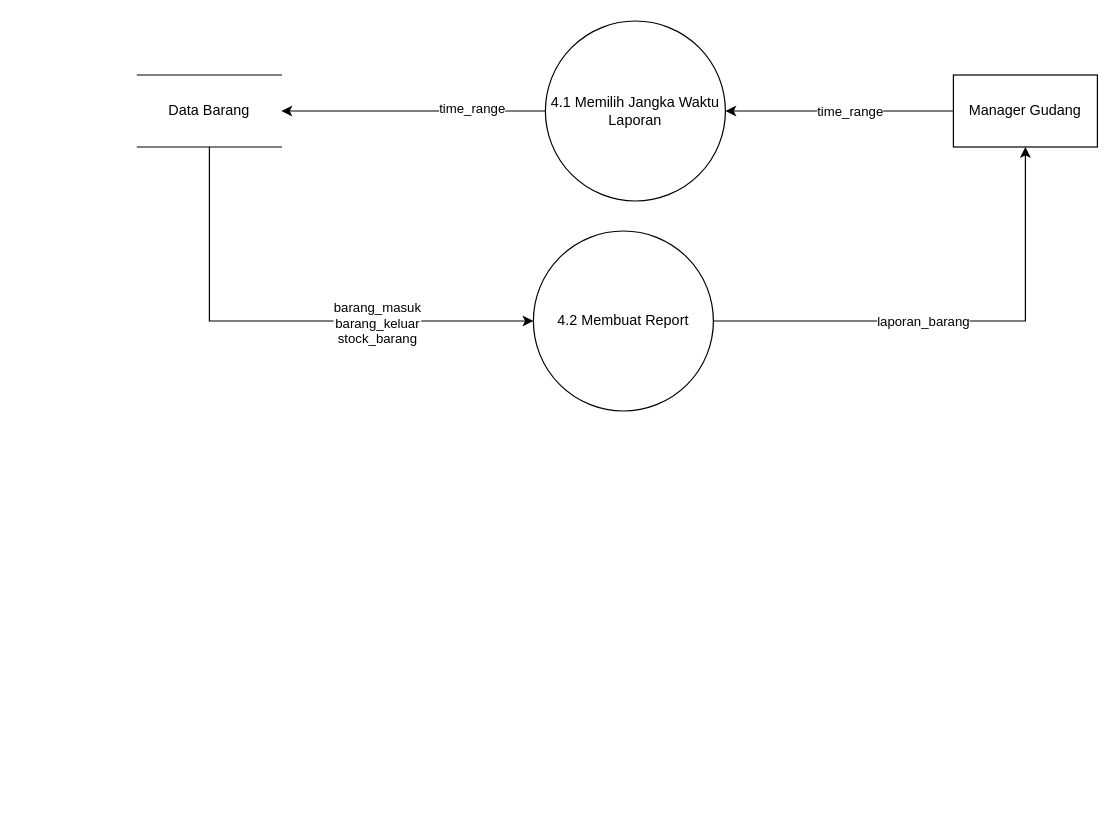
raflialkindhi/graph-save keeps this draw.io diagram as kkp-dfd1-4.drawio. Above is the earlier version. Source tidied: cells renumbered, new cells numbered last; positions are measured from the earlier drawing's top-left corner, leaving out a move shared by most shapes. Both pictures are drawn from the tidied source at 120%, with x=0, y=0 at pixel (137, 20).
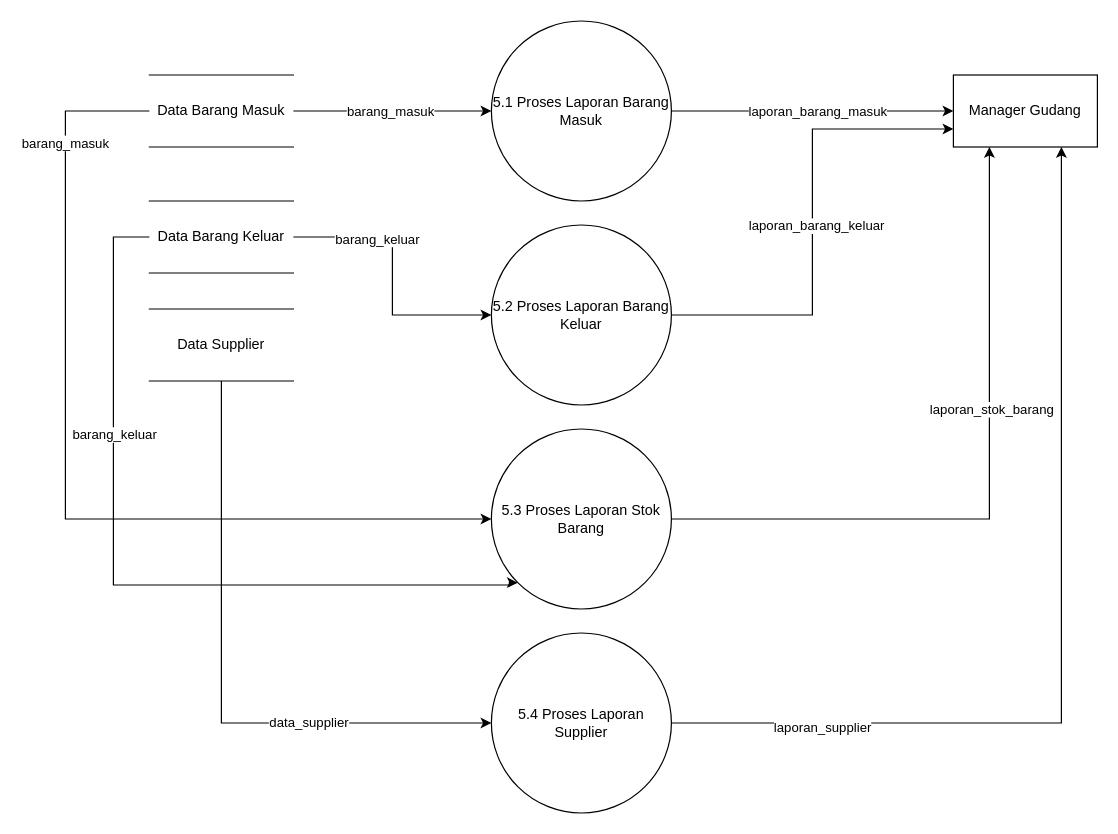
Above is the later version.

Unchanged cells that the change refers to:
```xml
<mxCell id="10" value="Manager Gudang" style="rounded=0;whiteSpace=wrap;html=1;" parent="1" vertex="1">
  <mxGeometry x="680" y="45" width="120" height="60" as="geometry" />
</mxCell>
```

Change to the diagram source:
```diff
@@
-    <mxCell id="2" style="edgeStyle=orthogonalEdgeStyle;rounded=0;jettySize=auto;html=1;exitX=0.5;exitY=1;exitDx=0;exitDy=0;entryX=0;entryY=0.5;entryDx=0;entryDy=0;" parent="1" edge="1" source="4" target="7">
-      <mxGeometry relative="1" as="geometry" />
-    </mxCell>
-    <mxCell id="3" value="&lt;div&gt;barang_masuk&lt;/div&gt;&lt;div&gt;barang_keluar&lt;/div&gt;&lt;div&gt;stock_barang&lt;br&gt;&lt;/div&gt;" style="edgeLabel;html=1;align=center;verticalAlign=middle;" parent="2" vertex="1">
-      <mxGeometry x="0.37" y="-1" relative="1" as="geometry" />
-    </mxCell>
-    <mxCell id="4" value="Data Barang" style="shape=partialRectangle;whiteSpace=wrap;html=1;left=0;right=0;fillColor=none;" parent="1" vertex="1">
-      <mxGeometry y="45" width="120" height="60" as="geometry" />
-    </mxCell>
-    <mxCell id="5" style="edgeStyle=orthogonalEdgeStyle;rounded=0;jettySize=auto;html=1;exitX=1;exitY=0.5;exitDx=0;exitDy=0;entryX=0.5;entryY=1;entryDx=0;entryDy=0;" parent="1" edge="1" source="7" target="10">
-      <mxGeometry relative="1" as="geometry" />
-    </mxCell>
-    <mxCell id="6" value="laporan_barang" style="edgeLabel;html=1;align=center;verticalAlign=middle;" parent="5" vertex="1">
-      <mxGeometry x="-0.14" relative="1" as="geometry" />
-    </mxCell>
-    <mxCell id="7" value="4.2 Membuat Report" style="ellipse;whiteSpace=wrap;html=1;" parent="1" vertex="1">
-      <mxGeometry x="330" y="175" width="150" height="150" as="geometry" />
-    </mxCell>
-    <mxCell id="8" style="edgeStyle=orthogonalEdgeStyle;rounded=0;jettySize=auto;html=1;exitX=0;exitY=0.5;exitDx=0;exitDy=0;entryX=1;entryY=0.5;entryDx=0;entryDy=0;" parent="1" edge="1" source="10" target="13">
-      <mxGeometry relative="1" as="geometry" />
-    </mxCell>
-    <mxCell id="9" value="time_range" style="edgeLabel;html=1;align=center;verticalAlign=middle;" parent="8" vertex="1">
-      <mxGeometry x="-0.08" relative="1" as="geometry" />
-    </mxCell>
+    <mxCell id="14" style="edgeStyle=orthogonalEdgeStyle;rounded=0;jettySize=auto;html=1;exitX=1;exitY=0.5;exitDx=0;exitDy=0;entryX=0;entryY=0.5;entryDx=0;entryDy=0;" parent="1" edge="1" source="18" target="21">
+      <mxGeometry relative="1" as="geometry" />
+    </mxCell>
+    <mxCell id="15" value="&lt;div&gt;barang_masuk&lt;/div&gt;" style="edgeLabel;html=1;align=center;verticalAlign=middle;" parent="14" vertex="1">
+      <mxGeometry x="0.37" y="-1" relative="1" as="geometry">
+        <mxPoint x="-33" y="-1" as="offset" />
+      </mxGeometry>
+    </mxCell>
+    <mxCell id="16" style="edgeStyle=orthogonalEdgeStyle;rounded=0;jettySize=auto;html=1;exitX=0;exitY=0.5;exitDx=0;exitDy=0;entryX=0;entryY=0.5;entryDx=0;entryDy=0;" parent="1" edge="1" source="18" target="33">
+      <mxGeometry relative="1" as="geometry">
+        <Array as="points">
+          <mxPoint x="-60" y="75" />
+          <mxPoint x="-60" y="415" />
+        </Array>
+      </mxGeometry>
+    </mxCell>
+    <mxCell id="17" value="barang_masuk" style="edgeLabel;html=1;align=center;verticalAlign=middle;" parent="16" vertex="1">
+      <mxGeometry x="-0.75" y="-1" relative="1" as="geometry" />
+    </mxCell>
+    <mxCell id="18" value="Data Barang Masuk" style="shape=partialRectangle;whiteSpace=wrap;html=1;left=0;right=0;fillColor=none;" parent="1" vertex="1">
+      <mxGeometry x="10" y="45" width="120" height="60" as="geometry" />
+    </mxCell>
+    <mxCell id="19" style="edgeStyle=orthogonalEdgeStyle;rounded=0;jettySize=auto;html=1;exitX=1;exitY=0.5;exitDx=0;exitDy=0;entryX=0;entryY=0.5;entryDx=0;entryDy=0;" parent="1" edge="1" source="21" target="10">
+      <mxGeometry relative="1" as="geometry" />
+    </mxCell>
+    <mxCell id="20" value="laporan_barang_masuk" style="edgeLabel;html=1;align=center;verticalAlign=middle;" parent="19" vertex="1">
+      <mxGeometry x="0.03" relative="1" as="geometry" />
+    </mxCell>
+    <mxCell id="21" value="5.1 Proses Laporan Barang Masuk" style="ellipse;whiteSpace=wrap;html=1;" parent="1" vertex="1">
+      <mxGeometry x="295" width="150" height="150" as="geometry" />
+    </mxCell>
@@
-    <mxCell id="11" style="edgeStyle=orthogonalEdgeStyle;rounded=0;jettySize=auto;html=1;exitX=0;exitY=0.5;exitDx=0;exitDy=0;entryX=1;entryY=0.5;entryDx=0;entryDy=0;" parent="1" edge="1" source="13" target="4">
-      <mxGeometry relative="1" as="geometry" />
-    </mxCell>
-    <mxCell id="12" value="time_range" style="edgeLabel;html=1;align=center;verticalAlign=middle;" parent="11" vertex="1">
-      <mxGeometry x="-0.44" y="-3" relative="1" as="geometry" />
-    </mxCell>
-    <mxCell id="13" value="4.1 Memilih Jangka Waktu Laporan" style="ellipse;whiteSpace=wrap;html=1;" parent="1" vertex="1">
-      <mxGeometry x="340" width="150" height="150" as="geometry" />
-    </mxCell>
+    <mxCell id="22" style="edgeStyle=orthogonalEdgeStyle;rounded=0;jettySize=auto;html=1;exitX=0.5;exitY=1;exitDx=0;exitDy=0;entryX=0;entryY=0.5;entryDx=0;entryDy=0;" parent="1" edge="1" source="24" target="36">
+      <mxGeometry relative="1" as="geometry" />
+    </mxCell>
+    <mxCell id="23" value="data_supplier" style="edgeLabel;html=1;align=center;verticalAlign=middle;" parent="22" vertex="1">
+      <mxGeometry x="0.4" y="1" relative="1" as="geometry" />
+    </mxCell>
+    <mxCell id="24" value="Data Supplier" style="shape=partialRectangle;whiteSpace=wrap;html=1;left=0;right=0;fillColor=none;" parent="1" vertex="1">
+      <mxGeometry x="10" y="240" width="120" height="60" as="geometry" />
+    </mxCell>
+    <mxCell id="25" style="edgeStyle=orthogonalEdgeStyle;rounded=0;jettySize=auto;html=1;exitX=1;exitY=0.5;exitDx=0;exitDy=0;entryX=0;entryY=0.5;entryDx=0;entryDy=0;" parent="1" edge="1" source="29" target="32">
+      <mxGeometry relative="1" as="geometry" />
+    </mxCell>
+    <mxCell id="26" value="barang_keluar" style="edgeLabel;html=1;align=center;verticalAlign=middle;" parent="25" vertex="1">
+      <mxGeometry x="-0.4" y="-1" relative="1" as="geometry" />
+    </mxCell>
+    <mxCell id="27" style="edgeStyle=orthogonalEdgeStyle;rounded=0;jettySize=auto;html=1;exitX=0;exitY=0.5;exitDx=0;exitDy=0;entryX=0;entryY=1;entryDx=0;entryDy=0;" parent="1" edge="1" source="29" target="33">
+      <mxGeometry relative="1" as="geometry">
+        <Array as="points">
+          <mxPoint x="-20" y="180" />
+          <mxPoint x="-20" y="470" />
+          <mxPoint x="310" y="470" />
+          <mxPoint x="310" y="468" />
+        </Array>
+      </mxGeometry>
+    </mxCell>
+    <mxCell id="28" value="barang_keluar" style="edgeLabel;html=1;align=center;verticalAlign=middle;" parent="27" vertex="1">
+      <mxGeometry x="-0.41" relative="1" as="geometry" />
+    </mxCell>
+    <mxCell id="29" value="Data Barang Keluar" style="shape=partialRectangle;whiteSpace=wrap;html=1;left=0;right=0;fillColor=none;" parent="1" vertex="1">
+      <mxGeometry x="10" y="150" width="120" height="60" as="geometry" />
+    </mxCell>
+    <mxCell id="30" style="edgeStyle=orthogonalEdgeStyle;rounded=0;jettySize=auto;html=1;exitX=1;exitY=0.5;exitDx=0;exitDy=0;entryX=0;entryY=0.75;entryDx=0;entryDy=0;" parent="1" edge="1" source="32" target="10">
+      <mxGeometry relative="1" as="geometry" />
+    </mxCell>
+    <mxCell id="31" value="laporan_barang_keluar" style="edgeLabel;html=1;align=center;verticalAlign=middle;" parent="30" vertex="1">
+      <mxGeometry x="-0.01" y="-2" relative="1" as="geometry">
+        <mxPoint x="1" y="1" as="offset" />
+      </mxGeometry>
+    </mxCell>
+    <mxCell id="32" value="5.2 Proses Laporan Barang Keluar" style="ellipse;whiteSpace=wrap;html=1;" parent="1" vertex="1">
+      <mxGeometry x="295" y="170" width="150" height="150" as="geometry" />
+    </mxCell>
+    <mxCell id="33" value="5.3 Proses Laporan Stok Barang" style="ellipse;whiteSpace=wrap;html=1;" parent="1" vertex="1">
+      <mxGeometry x="295" y="340" width="150" height="150" as="geometry" />
+    </mxCell>
+    <mxCell id="34" style="edgeStyle=orthogonalEdgeStyle;rounded=0;jettySize=auto;html=1;exitX=1;exitY=0.5;exitDx=0;exitDy=0;entryX=0.75;entryY=1;entryDx=0;entryDy=0;" parent="1" edge="1" source="36" target="10">
+      <mxGeometry relative="1" as="geometry" />
+    </mxCell>
+    <mxCell id="35" value="laporan_supplier" style="edgeLabel;html=1;align=center;verticalAlign=middle;" parent="34" vertex="1">
+      <mxGeometry x="-0.69" y="-3" relative="1" as="geometry" />
+    </mxCell>
+    <mxCell id="36" value="5.4 Proses Laporan Supplier" style="ellipse;whiteSpace=wrap;html=1;" parent="1" vertex="1">
+      <mxGeometry x="295" y="510" width="150" height="150" as="geometry" />
+    </mxCell>
+    <mxCell id="37" style="edgeStyle=orthogonalEdgeStyle;rounded=0;jettySize=auto;html=1;exitX=1;exitY=0.5;exitDx=0;exitDy=0;entryX=0.25;entryY=1;entryDx=0;entryDy=0;" parent="1" edge="1" source="33" target="10">
+      <mxGeometry relative="1" as="geometry" />
+    </mxCell>
+    <mxCell id="38" value="laporan_stok_barang" style="edgeLabel;html=1;align=center;verticalAlign=middle;" parent="37" vertex="1">
+      <mxGeometry x="0.24" y="-1" relative="1" as="geometry" />
+    </mxCell>
```
